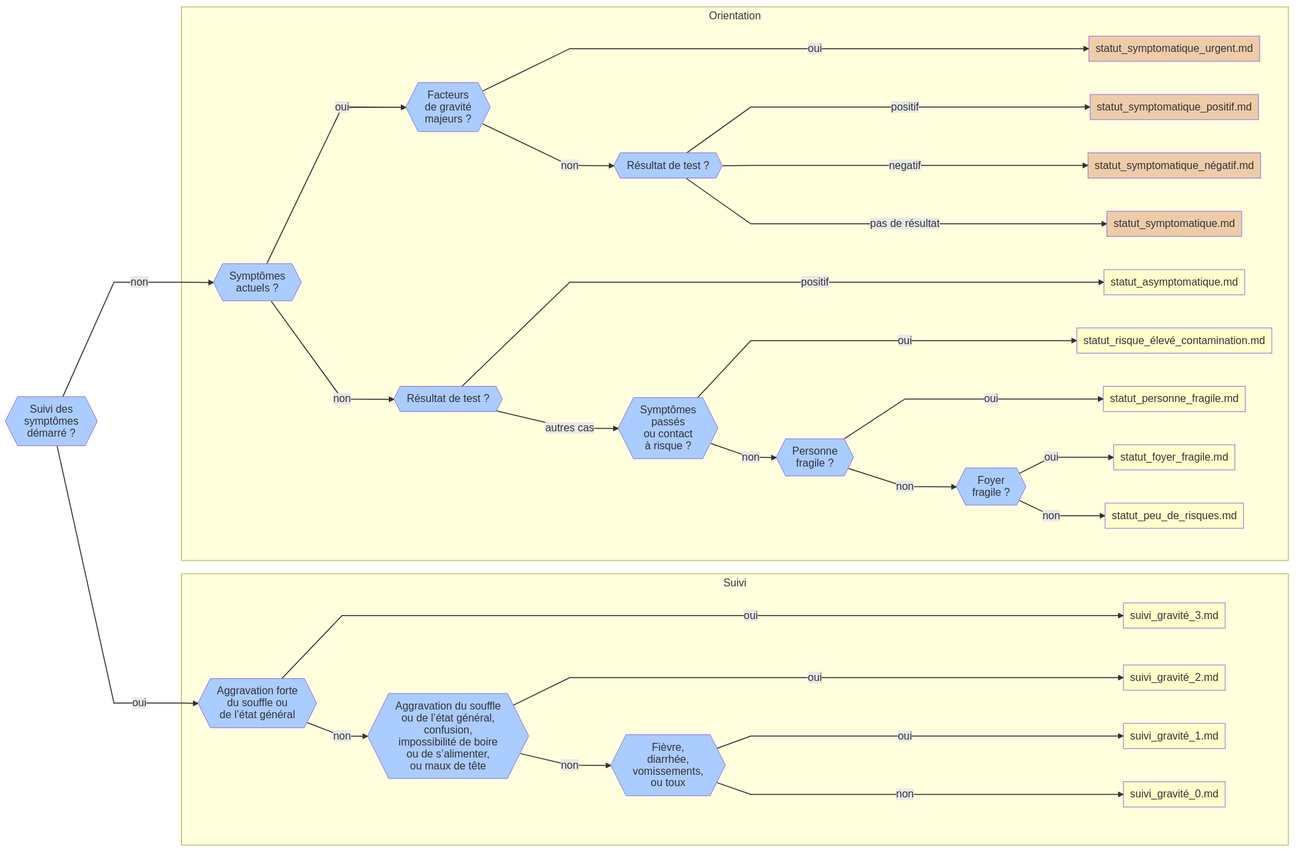
Delegation-numerique-en-sante/mesconseilscovid keeps this Mermaid diagram as diagrammes/statut-demo.png. Above is the earlier version. Its source is kept beside it as diagrammes/statut-demo.mermaid. Source of this version:
```mermaid
graph LR
    suivi{{"Suivi des<br>symptômes<br>démarré ?"}}
    suivi --->|oui| gravite-3
    suivi --->|non| symptomes-actuels

    subgraph Suivi
        gravite-3{{"Aggravation forte<br>du souffle ou<br>de l&rsquo;état général"}}
        gravite-3 ------>|oui| suivi-gravite-3
        gravite-3 -->|non| gravite-2

        gravite-2{{"Aggravation du souffle<br>ou de l&rsquo;état général,<br>confusion,<br>impossibilité de boire<br> ou de s&rsquo;alimenter,<br>ou maux de tête"}}
        gravite-2 ----->|oui| suivi-gravite-2
        gravite-2 -->|non| gravite-1

        gravite-1{{"Fièvre,<br>diarrhée,<br>vomissements,<br>ou toux"}}
        gravite-1 ---->|oui| suivi-gravite-1
        gravite-1 ---->|non| suivi-gravite-0
    end

    subgraph Orientation
        symptomes-actuels{{"Symptômes<br>actuels ?"}}
        symptomes-actuels -->|oui| facteurs-de-gravite-majeurs
        symptomes-actuels -->|non| depistage-sans-symptomes

        facteurs-de-gravite-majeurs{{"Facteurs<br>de gravité<br>majeurs ?"}}
        facteurs-de-gravite-majeurs ----->|oui| statut-symptomatique-urgent + conseils_personnels_symptômes_actuels_sans_depistage_critique.md
        facteurs-de-gravite-majeurs -->|non| depistage-avec-symptomes

        depistage-avec-symptomes{{"Résultat de test ?"}}
        depistage-avec-symptomes ---->|positif| statut-symptomatique-positif + conseils_personnels_depistage_positif_symptomatique.md
        depistage-avec-symptomes ---->|negatif| statut-symptomatique-negatif
        depistage-avec-symptomes ---->|pas de résultat| statut-symptomatique + conseils_personnels_symptômes_actuels_sans_depistage.md

        depistage-sans-symptomes{{"Résultat de test ?"}}
        depistage-sans-symptomes ----->|positif| statut-asymptomatique + conseils_personnels_depistage_positif_asymptomatique.md
        depistage-sans-symptomes -->|autres cas| symptomes-passes-ou-contact-a-risque

        symptomes-passes-ou-contact-a-risque{{"Symptômes<br>passés<br>ou contact<br>à risque ?"}}
        symptomes-passes-ou-contact-a-risque ---->|oui| statut-risque-eleve
        symptomes-passes-ou-contact-a-risque -->|non| personne-fragile

        personne-fragile{{"Personne<br>fragile ?"}}
        personne-fragile --->|oui| statut-personne-fragile + conseils_personnels_symptômes_passés_avec_risques.md + conseils_personnels_symptômes_passés_avec_risques_info.md
        personne-fragile -->|non| foyer-fragile

        foyer-fragile{{"Foyer<br>fragile ?"}}
        foyer-fragile -->|oui| statut-foyer-fragile
        foyer-fragile -->|non| statut-peu-de-risques
    end

    suivi-gravite-3["suivi_gravité_3.md"]
    suivi-gravite-2["suivi_gravité_2.md"]
    suivi-gravite-1["suivi_gravité_1.md"]
    suivi-gravite-0["suivi_gravité_0.md"]

    statut-foyer-fragile["statut_foyer_fragile.md"]
    statut-personne-fragile["statut_personne_fragile.md"]
    statut-peu-de-risques["statut_peu_de_risques.md"]
    statut-risque-eleve["statut_risque_élevé_contamination.md"]
    statut-asymptomatique["statut_asymptomatique.md"]
    statut-symptomatique["statut_symptomatique.md"]
    statut-symptomatique-negatif["statut_symptomatique_négatif.md"]
    statut-symptomatique-positif["statut_symptomatique_positif.md"]
    statut-symptomatique-urgent["statut_symptomatique_urgent.md"]

    classDef default fill:#acf;
    classDef statut fill:#ffc;
    classDef statut-inaccessible fill:#eca;

    class suivi-gravite-3 statut;
    class suivi-gravite-2 statut;
    class suivi-gravite-1 statut;
    class suivi-gravite-0 statut;

    class statut-foyer-fragile statut;
    class statut-personne-fragile statut;
    class statut-peu-de-risques statut;
    class statut-risque-eleve statut;
    class statut-asymptomatique statut;
    class statut-symptomatique statut-inaccessible;
    class statut-symptomatique-negatif statut-inaccessible;
    class statut-symptomatique-positif statut-inaccessible;
    class statut-symptomatique-urgent statut-inaccessible;
```
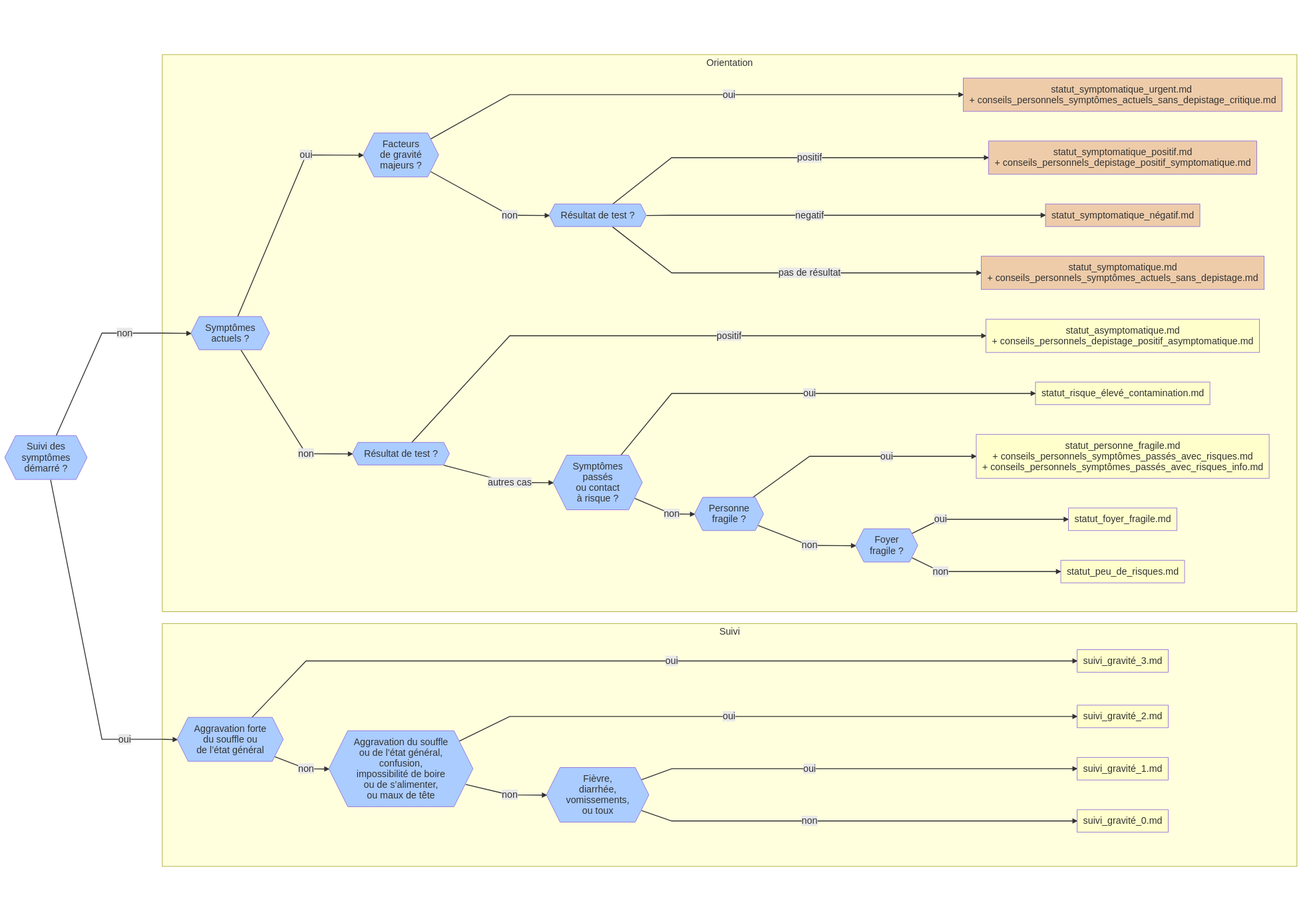
The same file after the commit.

Commit message:
Corrige la syntaxe Mermaid

What changed in the source:
```diff
@@ -23,16 +23,16 @@
         symptomes-actuels -->|non| depistage-sans-symptomes
 
         facteurs-de-gravite-majeurs{{"Facteurs<br>de gravité<br>majeurs ?"}}
-        facteurs-de-gravite-majeurs ----->|oui| statut-symptomatique-urgent + conseils_personnels_symptômes_actuels_sans_depistage_critique.md
+        facteurs-de-gravite-majeurs ----->|oui| statut-symptomatique-urgent
         facteurs-de-gravite-majeurs -->|non| depistage-avec-symptomes
 
         depistage-avec-symptomes{{"Résultat de test ?"}}
-        depistage-avec-symptomes ---->|positif| statut-symptomatique-positif + conseils_personnels_depistage_positif_symptomatique.md
+        depistage-avec-symptomes ---->|positif| statut-symptomatique-positif
         depistage-avec-symptomes ---->|negatif| statut-symptomatique-negatif
-        depistage-avec-symptomes ---->|pas de résultat| statut-symptomatique + conseils_personnels_symptômes_actuels_sans_depistage.md
+        depistage-avec-symptomes ---->|pas de résultat| statut-symptomatique
 
         depistage-sans-symptomes{{"Résultat de test ?"}}
-        depistage-sans-symptomes ----->|positif| statut-asymptomatique + conseils_personnels_depistage_positif_asymptomatique.md
+        depistage-sans-symptomes ----->|positif| statut-asymptomatique
         depistage-sans-symptomes -->|autres cas| symptomes-passes-ou-contact-a-risque
 
         symptomes-passes-ou-contact-a-risque{{"Symptômes<br>passés<br>ou contact<br>à risque ?"}}
@@ -40,7 +40,7 @@
         symptomes-passes-ou-contact-a-risque -->|non| personne-fragile
 
         personne-fragile{{"Personne<br>fragile ?"}}
-        personne-fragile --->|oui| statut-personne-fragile + conseils_personnels_symptômes_passés_avec_risques.md + conseils_personnels_symptômes_passés_avec_risques_info.md
+        personne-fragile --->|oui| statut-personne-fragile
         personne-fragile -->|non| foyer-fragile
 
         foyer-fragile{{"Foyer<br>fragile ?"}}
@@ -54,14 +54,14 @@
     suivi-gravite-0["suivi_gravité_0.md"]
 
     statut-foyer-fragile["statut_foyer_fragile.md"]
-    statut-personne-fragile["statut_personne_fragile.md"]
+    statut-personne-fragile["statut_personne_fragile.md<br>+ conseils_personnels_symptômes_passés_avec_risques.md<br>+ conseils_personnels_symptômes_passés_avec_risques_info.md"]
     statut-peu-de-risques["statut_peu_de_risques.md"]
     statut-risque-eleve["statut_risque_élevé_contamination.md"]
-    statut-asymptomatique["statut_asymptomatique.md"]
-    statut-symptomatique["statut_symptomatique.md"]
+    statut-asymptomatique["statut_asymptomatique.md<br>+ conseils_personnels_depistage_positif_asymptomatique.md"]
+    statut-symptomatique["statut_symptomatique.md<br>+ conseils_personnels_symptômes_actuels_sans_depistage.md"]
     statut-symptomatique-negatif["statut_symptomatique_négatif.md"]
-    statut-symptomatique-positif["statut_symptomatique_positif.md"]
-    statut-symptomatique-urgent["statut_symptomatique_urgent.md"]
+    statut-symptomatique-positif["statut_symptomatique_positif.md<br>+ conseils_personnels_depistage_positif_symptomatique.md"]
+    statut-symptomatique-urgent["statut_symptomatique_urgent.md <br>+ conseils_personnels_symptômes_actuels_sans_depistage_critique.md"]
 
     classDef default fill:#acf;
     classDef statut fill:#ffc;
```
